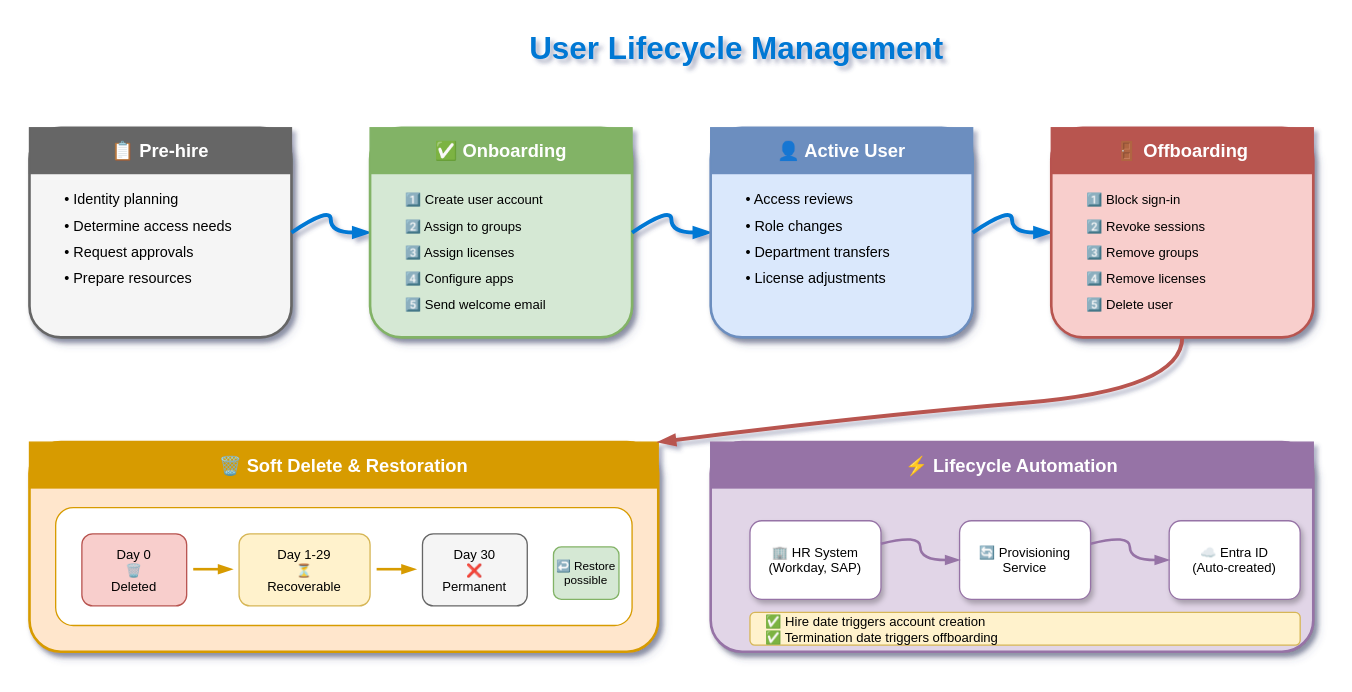
This is lesson-03-user-management/3.4-user-lifecycle/diagram.drawio from MrParkerZ7/document-lesson-ad-entra-x-claude, a draw.io file, before an edit. Source tidied: cells renumbered, new cells numbered last; positions are measured from the earlier drawing's top-left corner, leaving out a move shared by most shapes. Both pictures are drawn from the tidied source at 131%, with x=0, y=0 at pixel (29, 22).
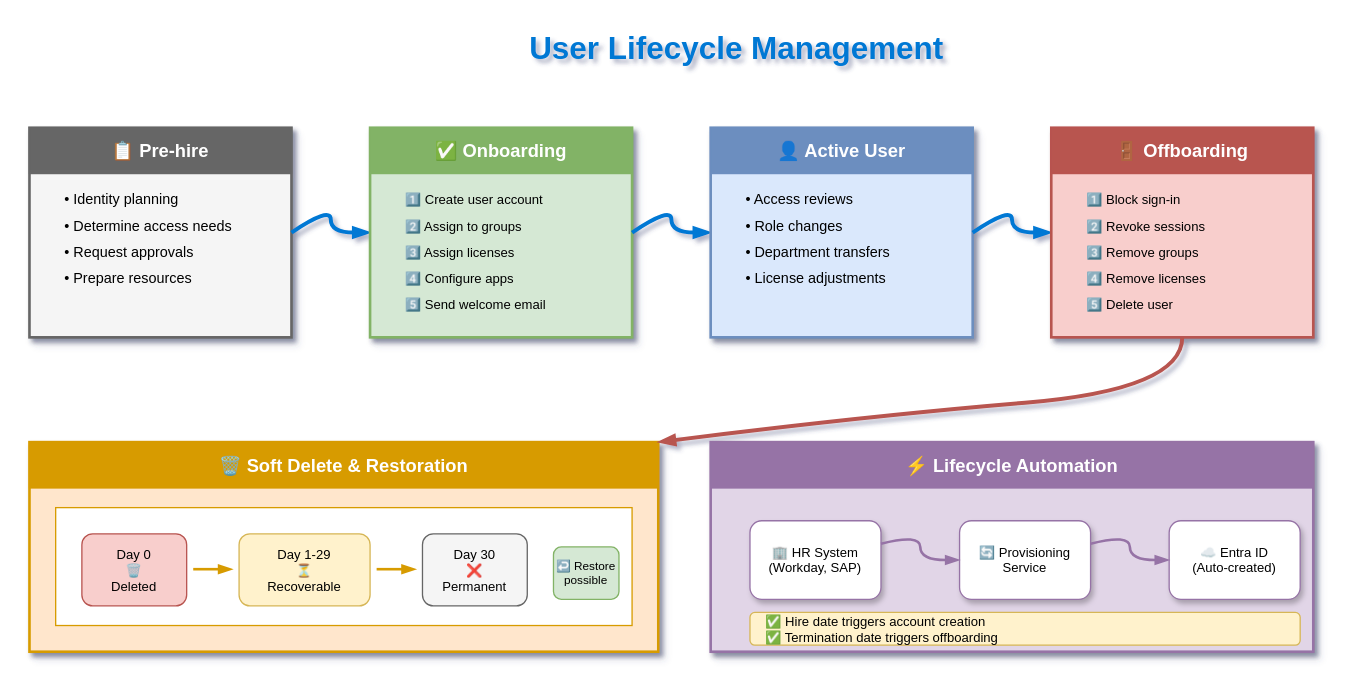
The same diagram, later.

Change to the diagram source:
```diff
@@
-    <mxCell id="3" style="rounded=1;whiteSpace=wrap;html=1;fillColor=#f5f5f5;strokeColor=#666666;strokeWidth=2;shadow=1;" parent="1" vertex="1">
+    <mxCell id="3" style="rounded=0;whiteSpace=wrap;html=1;fillColor=#f5f5f5;strokeColor=#666666;strokeWidth=2;shadow=1;" parent="1" vertex="1">
       <mxGeometry y="80" width="200" height="160" as="geometry" />
     </mxCell>
@@
-    <mxCell id="10" style="rounded=1;whiteSpace=wrap;html=1;fillColor=#d5e8d4;strokeColor=#82b366;strokeWidth=2;shadow=1;" parent="1" vertex="1">
+    <mxCell id="10" style="rounded=0;whiteSpace=wrap;html=1;fillColor=#d5e8d4;strokeColor=#82b366;strokeWidth=2;shadow=1;" parent="1" vertex="1">
       <mxGeometry x="260" y="80" width="200" height="160" as="geometry" />
     </mxCell>
@@
-    <mxCell id="18" style="rounded=1;whiteSpace=wrap;html=1;fillColor=#dae8fc;strokeColor=#6c8ebf;strokeWidth=2;shadow=1;" parent="1" vertex="1">
+    <mxCell id="18" style="rounded=0;whiteSpace=wrap;html=1;fillColor=#dae8fc;strokeColor=#6c8ebf;strokeWidth=2;shadow=1;" parent="1" vertex="1">
       <mxGeometry x="520" y="80" width="200" height="160" as="geometry" />
     </mxCell>
@@
-    <mxCell id="25" style="rounded=1;whiteSpace=wrap;html=1;fillColor=#f8cecc;strokeColor=#b85450;strokeWidth=2;shadow=1;" parent="1" vertex="1">
+    <mxCell id="25" style="rounded=0;whiteSpace=wrap;html=1;fillColor=#f8cecc;strokeColor=#b85450;strokeWidth=2;shadow=1;" parent="1" vertex="1">
       <mxGeometry x="780" y="80" width="200" height="160" as="geometry" />
     </mxCell>
@@
-    <mxCell id="32" style="rounded=1;whiteSpace=wrap;html=1;fillColor=#ffe6cc;strokeColor=#d79b00;strokeWidth=2;shadow=1;" parent="1" vertex="1">
+    <mxCell id="32" style="rounded=0;whiteSpace=wrap;html=1;fillColor=#ffe6cc;strokeColor=#d79b00;strokeWidth=2;shadow=1;" parent="1" vertex="1">
       <mxGeometry y="320" width="480" height="160" as="geometry" />
     </mxCell>
@@
-    <mxCell id="34" style="rounded=1;whiteSpace=wrap;html=1;fillColor=#ffffff;strokeColor=#d79b00;" parent="1" vertex="1">
+    <mxCell id="34" style="rounded=0;whiteSpace=wrap;html=1;fillColor=#ffffff;strokeColor=#d79b00;" parent="1" vertex="1">
       <mxGeometry x="20" y="370" width="440" height="90" as="geometry" />
     </mxCell>
@@
-    <mxCell id="41" style="rounded=1;whiteSpace=wrap;html=1;fillColor=#e1d5e7;strokeColor=#9673a6;strokeWidth=2;shadow=1;" parent="1" vertex="1">
+    <mxCell id="41" style="rounded=0;whiteSpace=wrap;html=1;fillColor=#e1d5e7;strokeColor=#9673a6;strokeWidth=2;shadow=1;" parent="1" vertex="1">
       <mxGeometry x="520" y="320" width="460" height="160" as="geometry" />
     </mxCell>
```
